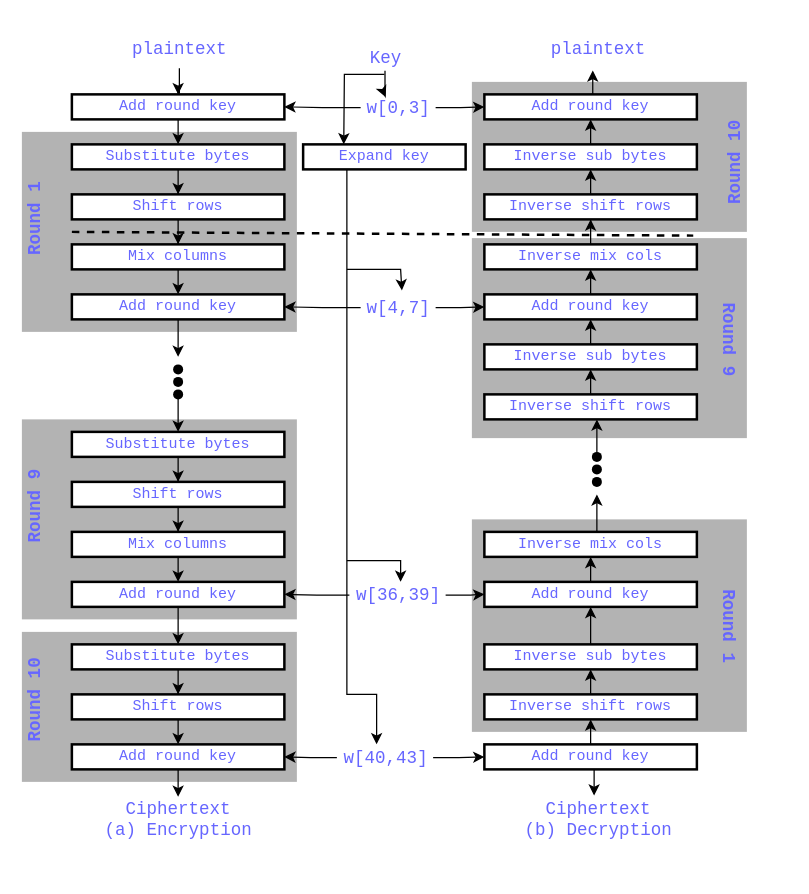
Above: page "Page-1" (1 of 3) of AES cypher.drawio in pustvts/pustvts-info (draw.io), before the change. Source tidied: cells renumbered, new cells numbered last; positions are measured from the earlier drawing's top-left corner, leaving out a move shared by most shapes. Both pictures are drawn from the tidied source at 125%, with x=0, y=0 at pixel (-14, 21).
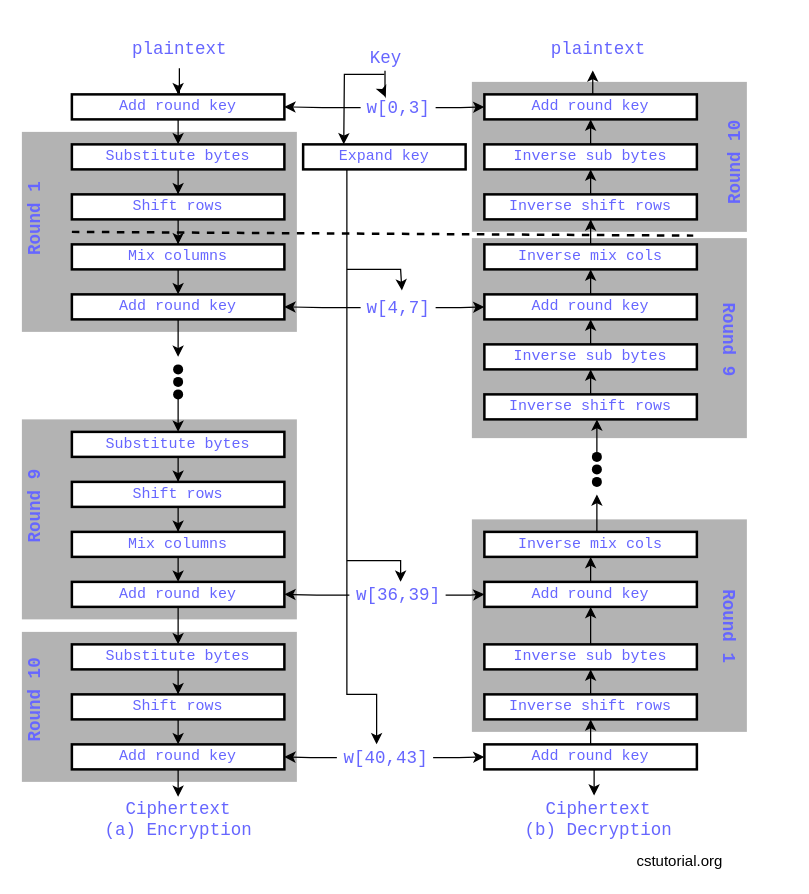
After the change.

Change to the diagram source:
```diff
@@
+    <mxCell id="104" value="cstutorial.org" style="text;html=1;align=center;verticalAlign=middle;strokeColor=none;fillColor=none;" parent="1" vertex="1">
+      <mxGeometry x="508" y="663" width="92" height="18" as="geometry" />
+    </mxCell>
```
